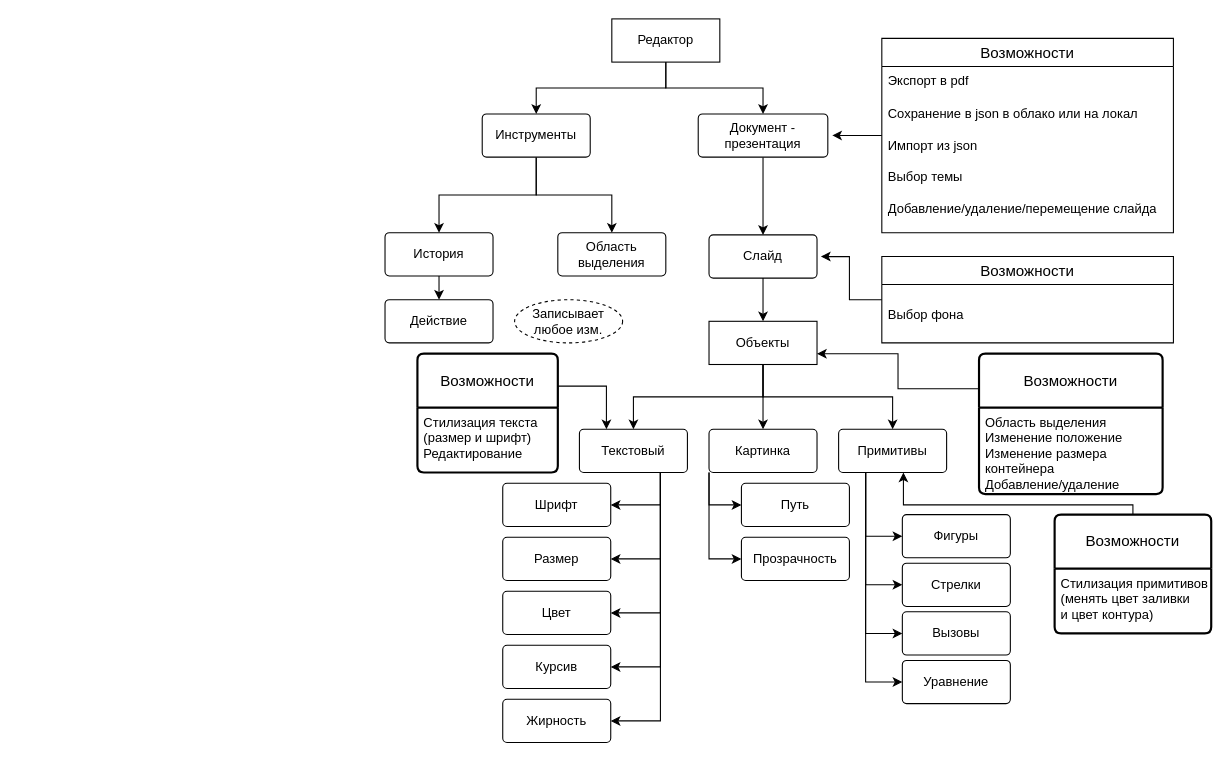
Above: Untitled Diagram.drawio in Kortasfa/COM (draw.io), before the change. Source tidied: cells renumbered, new cells numbered last; positions are measured from the earlier drawing's top-left corner, leaving out a move shared by most shapes. Both pictures are drawn from the tidied source at 108%, with x=0, y=0 at pixel (384, 18).
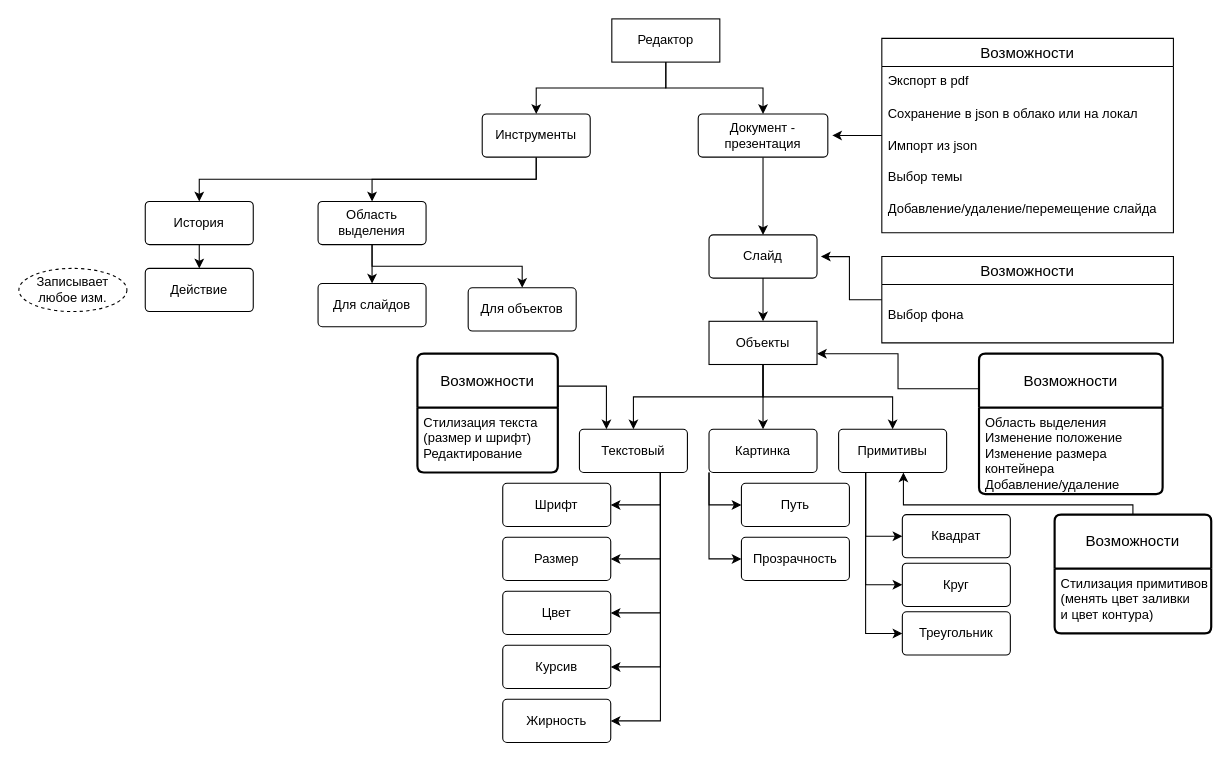
The same page after the edit.

The change refers to these unchanged cells:
```xml
<mxCell id="23" value="Примитивы" style="rounded=1;arcSize=10;whiteSpace=wrap;html=1;align=center;" parent="1" vertex="1">
  <mxGeometry x="420" y="380" width="100" height="40" as="geometry" />
</mxCell>
```

What changed in the source:
```diff
@@
-    <mxCell id="22" style="edgeStyle=orthogonalEdgeStyle;rounded=0;jettySize=auto;html=1;exitX=0.25;exitY=1;exitDx=0;exitDy=0;entryX=0;entryY=0.5;entryDx=0;entryDy=0;" parent="1" edge="1" source="23" target="53">
-      <mxGeometry relative="1" as="geometry" />
-    </mxCell>
@@
     <mxCell id="48" value="История" style="rounded=1;arcSize=10;whiteSpace=wrap;html=1;align=center;" parent="1" vertex="1">
-      <mxGeometry y="198" width="100" height="40" as="geometry" />
+      <mxGeometry x="-222" y="169" width="100" height="40" as="geometry" />
     </mxCell>
+    <mxCell id="63" style="edgeStyle=orthogonalEdgeStyle;rounded=0;jettySize=auto;html=1;exitX=0.5;exitY=1;exitDx=0;exitDy=0;entryX=0.5;entryY=0;entryDx=0;entryDy=0;" parent="1" edge="1" source="49" target="65">
+      <mxGeometry relative="1" as="geometry" />
+    </mxCell>
+    <mxCell id="64" style="edgeStyle=orthogonalEdgeStyle;rounded=0;jettySize=auto;html=1;exitX=0.5;exitY=1;exitDx=0;exitDy=0;entryX=0.5;entryY=0;entryDx=0;entryDy=0;" parent="1" edge="1" source="49" target="66">
+      <mxGeometry relative="1" as="geometry" />
+    </mxCell>
     <mxCell id="49" value="Область выделения" style="rounded=1;arcSize=10;whiteSpace=wrap;html=1;align=center;" parent="1" vertex="1">
-      <mxGeometry x="160" y="198" width="100" height="40" as="geometry" />
+      <mxGeometry x="-62" y="169" width="100" height="40" as="geometry" />
     </mxCell>
-    <mxCell id="50" value="Фигуры" style="rounded=1;arcSize=10;whiteSpace=wrap;html=1;align=center;" parent="1" vertex="1">
+    <mxCell id="50" value="Квадрат" style="rounded=1;arcSize=10;whiteSpace=wrap;html=1;align=center;" parent="1" vertex="1">
       <mxGeometry x="479" y="459" width="100" height="40" as="geometry" />
     </mxCell>
-    <mxCell id="51" value="Стрелки" style="rounded=1;arcSize=10;whiteSpace=wrap;html=1;align=center;" parent="1" vertex="1">
+    <mxCell id="51" value="Круг" style="rounded=1;arcSize=10;whiteSpace=wrap;html=1;align=center;" parent="1" vertex="1">
       <mxGeometry x="479" y="504" width="100" height="40" as="geometry" />
     </mxCell>
-    <mxCell id="52" value="Вызовы" style="rounded=1;arcSize=10;whiteSpace=wrap;html=1;align=center;" parent="1" vertex="1">
+    <mxCell id="52" value="Треугольник" style="rounded=1;arcSize=10;whiteSpace=wrap;html=1;align=center;" parent="1" vertex="1">
       <mxGeometry x="479" y="549" width="100" height="40" as="geometry" />
     </mxCell>
-    <mxCell id="53" value="Уравнение" style="rounded=1;arcSize=10;whiteSpace=wrap;html=1;align=center;" parent="1" vertex="1">
-      <mxGeometry x="479" y="594" width="100" height="40" as="geometry" />
-    </mxCell>
@@
     <mxCell id="61" value="Действие" style="rounded=1;arcSize=10;whiteSpace=wrap;html=1;align=center;" parent="1" vertex="1">
-      <mxGeometry y="260" width="100" height="40" as="geometry" />
+      <mxGeometry x="-222" y="231" width="100" height="40" as="geometry" />
     </mxCell>
     <mxCell id="62" value="Записывает любое изм." style="ellipse;whiteSpace=wrap;html=1;align=center;dashed=1;" parent="1" vertex="1">
-      <mxGeometry x="120" y="260" width="100" height="40" as="geometry" />
+      <mxGeometry x="-339" y="231" width="100" height="40" as="geometry" />
     </mxCell>
+    <mxCell id="65" value="Для слайдов" style="rounded=1;arcSize=10;whiteSpace=wrap;html=1;align=center;" parent="1" vertex="1">
+      <mxGeometry x="-62" y="245" width="100" height="40" as="geometry" />
+    </mxCell>
+    <mxCell id="66" value="Для объектов" style="rounded=1;arcSize=10;whiteSpace=wrap;html=1;align=center;" parent="1" vertex="1">
+      <mxGeometry x="77" y="249" width="100" height="40" as="geometry" />
+    </mxCell>
```
